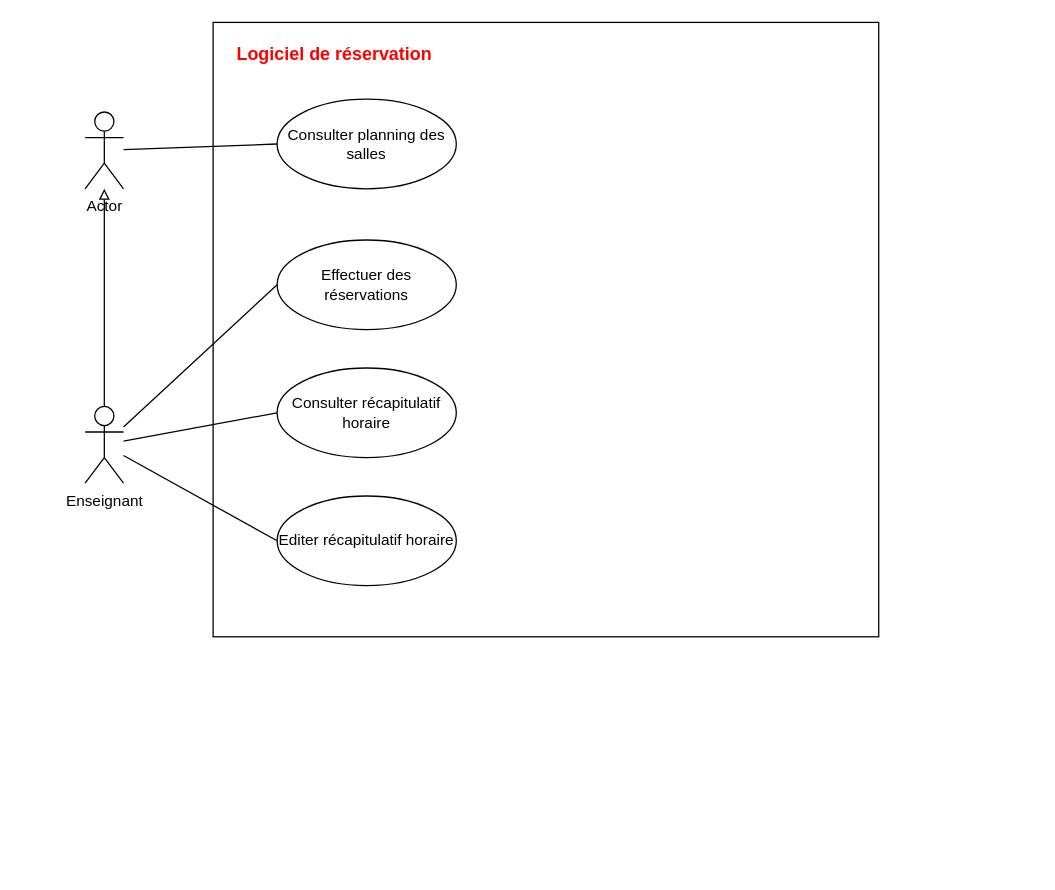
Mzk-Ali/EXO_M2I_UML keeps this draw.io diagram as TP_1_UML_Exercice_4.drawio. Above is the earlier version. Source tidied: cells renumbered, new cells numbered last; positions are measured from the earlier drawing's top-left corner, leaving out a move shared by most shapes. Both pictures are drawn from the tidied source at 128%, with x=0, y=0 at pixel (84, 22).
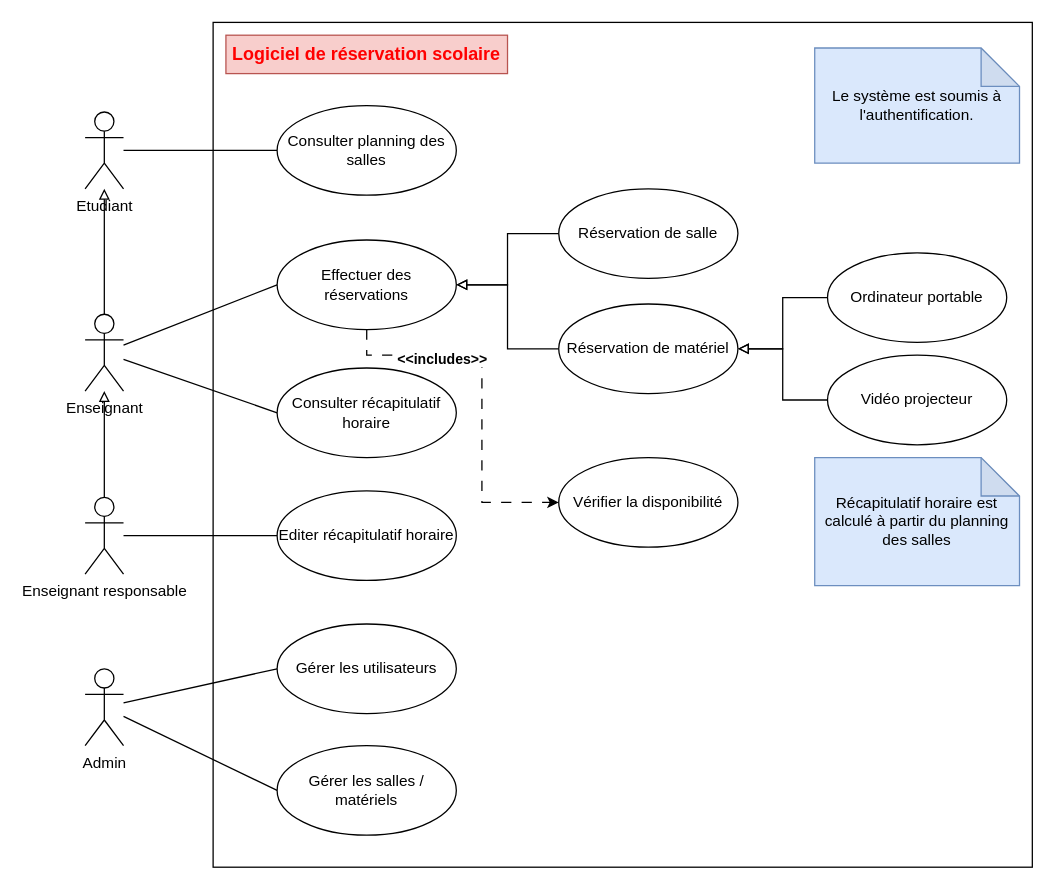
Above is the later version.

Commit message:
Mettre à jour TP_1_UML_Exercice_4.drawio

Unchanged cells that the change refers to:
```xml
<mxCell id="11" value="Effectuer des réservations" style="ellipse;whiteSpace=wrap;html=1;" parent="1" vertex="1">
  <mxGeometry x="150" y="170" width="140" height="70" as="geometry" />
</mxCell>
```

Diff of the diagram source:
```diff
@@
     <mxCell id="2" style="rounded=0;whiteSpace=wrap;html=1;" parent="1" vertex="1">
-      <mxGeometry x="100" width="520" height="480" as="geometry" />
+      <mxGeometry x="100" width="640" height="660" as="geometry" />
     </mxCell>
-    <mxCell id="3" value="&lt;b&gt;&lt;font style=&quot;font-size: 14px; color: light-dark(rgb(255, 0, 0), rgb(237, 237, 237));&quot;&gt;Logiciel de réservation&lt;/font&gt;&lt;/b&gt;" style="text;html=1;align=center;verticalAlign=middle;whiteSpace=wrap;rounded=0;" parent="1" vertex="1">
-      <mxGeometry x="110" y="10" width="170" height="30" as="geometry" />
+    <mxCell id="3" value="&lt;b&gt;&lt;font style=&quot;font-size: 14px; color: light-dark(rgb(255, 0, 0), rgb(237, 237, 237));&quot;&gt;Logiciel de réservation scolaire&lt;/font&gt;&lt;/b&gt;" style="text;html=1;align=center;verticalAlign=middle;whiteSpace=wrap;rounded=0;fillColor=#f8cecc;strokeColor=#b85450;" parent="1" vertex="1">
+      <mxGeometry x="110" y="10" width="220" height="30" as="geometry" />
     </mxCell>
@@
-    <mxCell id="6" style="rounded=0;jettySize=auto;html=1;entryX=0;entryY=0.5;entryDx=0;entryDy=0;endArrow=none;startFill=0;" parent="1" edge="1" source="8" target="14">
-      <mxGeometry relative="1" as="geometry" />
-    </mxCell>
@@
     <mxCell id="8" value="Enseignant" style="shape=umlActor;verticalLabelPosition=bottom;verticalAlign=top;html=1;outlineConnect=0;" parent="1" vertex="1">
-      <mxGeometry y="300" width="30" height="60" as="geometry" />
+      <mxGeometry y="228" width="30" height="60" as="geometry" />
     </mxCell>
@@
-    <mxCell id="10" value="Actor" style="shape=umlActor;verticalLabelPosition=bottom;verticalAlign=top;html=1;outlineConnect=0;" parent="1" vertex="1">
+    <mxCell id="10" value="Etudiant" style="shape=umlActor;verticalLabelPosition=bottom;verticalAlign=top;html=1;outlineConnect=0;" parent="1" vertex="1">
       <mxGeometry y="70" width="30" height="60" as="geometry" />
     </mxCell>
@@
     <mxCell id="12" value="Consulter planning des salles" style="ellipse;whiteSpace=wrap;html=1;" parent="1" vertex="1">
-      <mxGeometry x="150" y="60" width="140" height="70" as="geometry" />
+      <mxGeometry x="150" y="65" width="140" height="70" as="geometry" />
     </mxCell>
@@
     <mxCell id="14" value="Editer récapitulatif horaire" style="ellipse;whiteSpace=wrap;html=1;" parent="1" vertex="1">
-      <mxGeometry x="150" y="370" width="140" height="70" as="geometry" />
+      <mxGeometry x="150" y="366" width="140" height="70" as="geometry" />
     </mxCell>
+    <mxCell id="15" style="edgeStyle=orthogonalEdgeStyle;rounded=0;jettySize=auto;html=1;entryX=1;entryY=0.5;entryDx=0;entryDy=0;endArrow=block;endFill=0;" parent="1" edge="1" source="16" target="11">
+      <mxGeometry relative="1" as="geometry" />
+    </mxCell>
+    <mxCell id="16" value="Réservation de salle" style="ellipse;whiteSpace=wrap;html=1;" parent="1" vertex="1">
+      <mxGeometry x="370" y="130" width="140" height="70" as="geometry" />
+    </mxCell>
+    <mxCell id="17" style="edgeStyle=orthogonalEdgeStyle;rounded=0;jettySize=auto;html=1;entryX=1;entryY=0.5;entryDx=0;entryDy=0;endArrow=block;endFill=0;" parent="1" edge="1" source="18" target="11">
+      <mxGeometry relative="1" as="geometry" />
+    </mxCell>
+    <mxCell id="18" value="Réservation de matériel" style="ellipse;whiteSpace=wrap;html=1;" parent="1" vertex="1">
+      <mxGeometry x="370" y="220" width="140" height="70" as="geometry" />
+    </mxCell>
+    <mxCell id="19" style="edgeStyle=orthogonalEdgeStyle;rounded=0;jettySize=auto;html=1;endArrow=block;endFill=0;" parent="1" edge="1" source="21" target="8">
+      <mxGeometry relative="1" as="geometry" />
+    </mxCell>
+    <mxCell id="20" style="rounded=0;jettySize=auto;html=1;entryX=0;entryY=0.5;entryDx=0;entryDy=0;endArrow=none;startFill=0;" parent="1" edge="1" source="21" target="14">
+      <mxGeometry relative="1" as="geometry" />
+    </mxCell>
+    <mxCell id="21" value="Enseignant responsable" style="shape=umlActor;verticalLabelPosition=bottom;verticalAlign=top;html=1;" parent="1" vertex="1">
+      <mxGeometry y="371" width="30" height="60" as="geometry" />
+    </mxCell>
+    <mxCell id="22" value="Le système est soumis à l'authentification." style="shape=note;whiteSpace=wrap;html=1;backgroundOutline=1;darkOpacity=0.05;fillColor=#dae8fc;strokeColor=#6c8ebf;" parent="1" vertex="1">
+      <mxGeometry x="570" y="20" width="160" height="90" as="geometry" />
+    </mxCell>
+    <mxCell id="23" style="edgeStyle=orthogonalEdgeStyle;rounded=0;jettySize=auto;html=1;exitX=0.5;exitY=1;exitDx=0;exitDy=0;dashed=1;dashPattern=8 8;" parent="1" edge="1" source="11" target="25">
+      <mxGeometry relative="1" as="geometry">
+        <Array as="points">
+          <mxPoint x="220" y="260" />
+          <mxPoint x="310" y="260" />
+          <mxPoint x="310" y="375" />
+        </Array>
+      </mxGeometry>
+    </mxCell>
+    <mxCell id="24" value="&lt;b&gt;&amp;lt;&amp;lt;includes&amp;gt;&amp;gt;&lt;/b&gt;" style="edgeLabel;html=1;align=center;verticalAlign=middle;" parent="23" vertex="1">
+      <mxGeometry x="-0.45" y="-2" relative="1" as="geometry" />
+    </mxCell>
+    <mxCell id="25" value="Vérifier la disponibilité" style="ellipse;whiteSpace=wrap;html=1;" parent="1" vertex="1">
+      <mxGeometry x="370" y="340" width="140" height="70" as="geometry" />
+    </mxCell>
+    <mxCell id="26" style="edgeStyle=orthogonalEdgeStyle;rounded=0;jettySize=auto;html=1;entryX=1;entryY=0.5;entryDx=0;entryDy=0;endArrow=block;endFill=0;" parent="1" edge="1" source="27" target="18">
+      <mxGeometry relative="1" as="geometry" />
+    </mxCell>
+    <mxCell id="27" value="Ordinateur portable" style="ellipse;whiteSpace=wrap;html=1;" parent="1" vertex="1">
+      <mxGeometry x="580" y="180" width="140" height="70" as="geometry" />
+    </mxCell>
+    <mxCell id="28" style="edgeStyle=orthogonalEdgeStyle;rounded=0;jettySize=auto;html=1;entryX=1;entryY=0.5;entryDx=0;entryDy=0;endArrow=block;endFill=0;" parent="1" edge="1" source="29" target="18">
+      <mxGeometry relative="1" as="geometry" />
+    </mxCell>
+    <mxCell id="29" value="Vidéo projecteur" style="ellipse;whiteSpace=wrap;html=1;" parent="1" vertex="1">
+      <mxGeometry x="580" y="260" width="140" height="70" as="geometry" />
+    </mxCell>
+    <mxCell id="30" value="Récapitulatif horaire est calculé à partir du planning des salles" style="shape=note;whiteSpace=wrap;html=1;backgroundOutline=1;darkOpacity=0.05;fillColor=#dae8fc;strokeColor=#6c8ebf;" parent="1" vertex="1">
+      <mxGeometry x="570" y="340" width="160" height="100" as="geometry" />
+    </mxCell>
+    <mxCell id="31" style="rounded=0;jettySize=auto;html=1;entryX=0;entryY=0.5;entryDx=0;entryDy=0;endArrow=none;startFill=0;" parent="1" edge="1" source="33" target="34">
+      <mxGeometry relative="1" as="geometry" />
+    </mxCell>
+    <mxCell id="32" style="rounded=0;jettySize=auto;html=1;entryX=0;entryY=0.5;entryDx=0;entryDy=0;endArrow=none;startFill=0;" parent="1" edge="1" source="33" target="35">
+      <mxGeometry relative="1" as="geometry" />
+    </mxCell>
+    <mxCell id="33" value="Admin" style="shape=umlActor;verticalLabelPosition=bottom;verticalAlign=top;html=1;outlineConnect=0;" parent="1" vertex="1">
+      <mxGeometry y="505" width="30" height="60" as="geometry" />
+    </mxCell>
+    <mxCell id="34" value="Gérer les utilisateurs" style="ellipse;whiteSpace=wrap;html=1;" parent="1" vertex="1">
+      <mxGeometry x="150" y="470" width="140" height="70" as="geometry" />
+    </mxCell>
+    <mxCell id="35" value="Gérer les salles / matériels" style="ellipse;whiteSpace=wrap;html=1;" parent="1" vertex="1">
+      <mxGeometry x="150" y="565" width="140" height="70" as="geometry" />
+    </mxCell>
```
